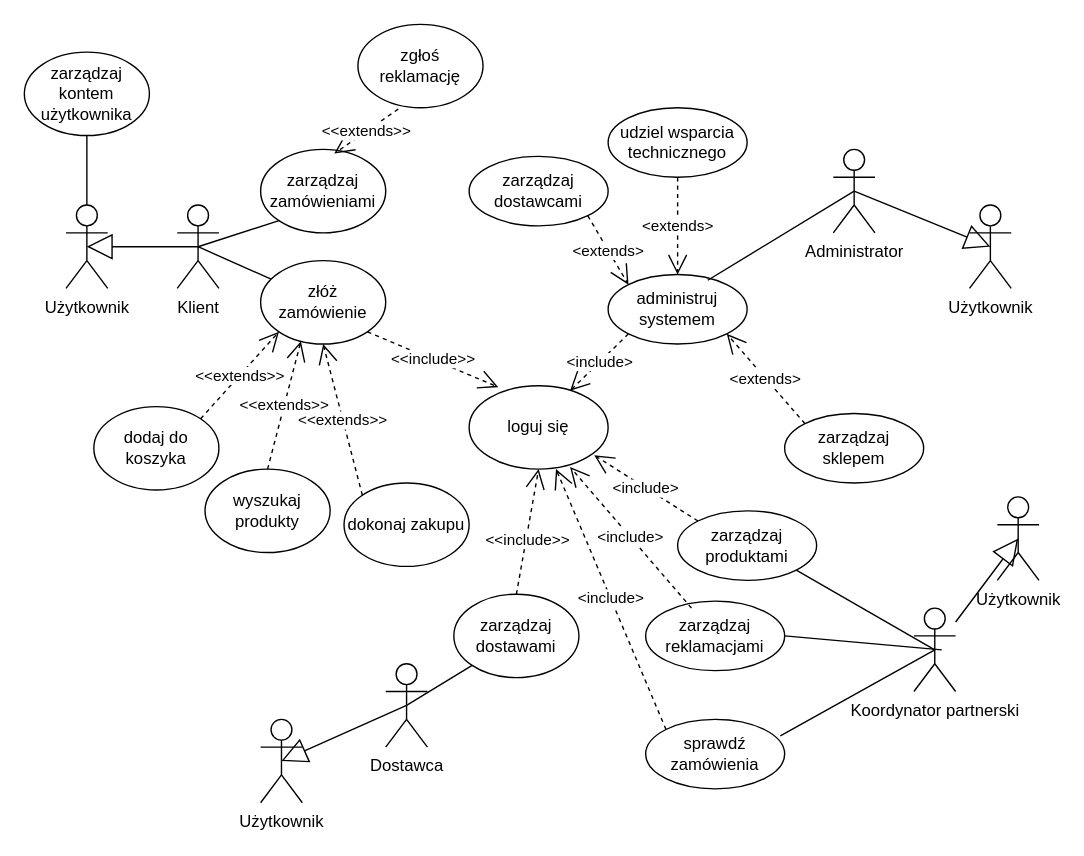
Above: DPU-przypadki/Diagram bez tytułu.drawio in Tarik-Alaiwi-dev/psi (draw.io), before the change. Source tidied: cells renumbered, new cells numbered last; positions are measured from the earlier drawing's top-left corner, leaving out a move shared by most shapes. Both pictures are drawn from the tidied source at 139%, with x=0, y=0 at pixel (24, 24).
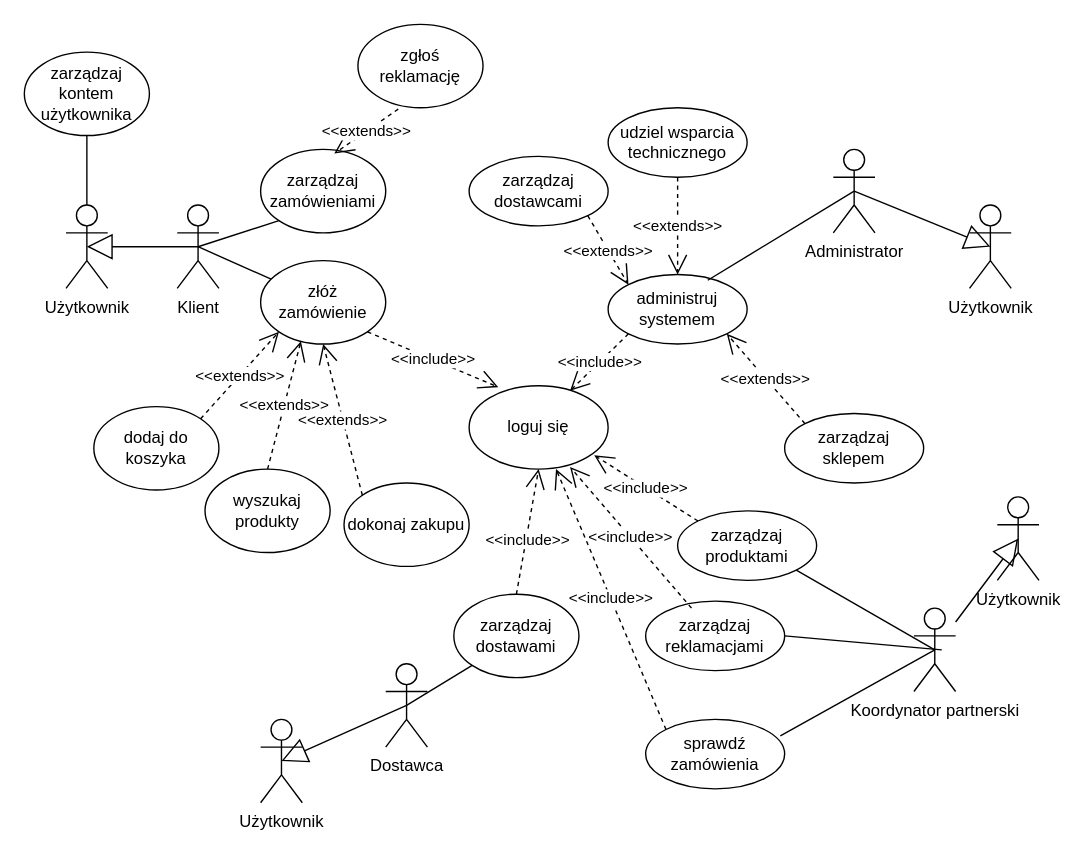
After the change.

Unchanged cells that the change refers to:
```xml
<mxCell id="2" value="loguj się" style="ellipse;whiteSpace=wrap;html=1;" parent="1" vertex="1">
  <mxGeometry x="320" y="260" width="100" height="60" as="geometry" />
</mxCell>
<mxCell id="7" value="administruj systemem" style="ellipse;whiteSpace=wrap;html=1;" parent="1" vertex="1">
  <mxGeometry x="420" y="180" width="100" height="50" as="geometry" />
</mxCell>
<mxCell id="11" value="zarządzaj sklepem" style="ellipse;whiteSpace=wrap;html=1;" parent="1" vertex="1">
  <mxGeometry x="547" y="280" width="100" height="50" as="geometry" />
</mxCell>
<mxCell id="17" value="zarządzaj dostawcami" style="ellipse;whiteSpace=wrap;html=1;" parent="1" vertex="1">
  <mxGeometry x="320" y="95" width="100" height="50" as="geometry" />
</mxCell>
<mxCell id="19" value="udziel wsparcia technicznego" style="ellipse;whiteSpace=wrap;html=1;" parent="1" vertex="1">
  <mxGeometry x="420" y="60" width="100" height="50" as="geometry" />
</mxCell>
<mxCell id="36" value="zarządzaj produktami" style="ellipse;whiteSpace=wrap;html=1;" parent="1" vertex="1">
  <mxGeometry x="470" y="350" width="100" height="50" as="geometry" />
</mxCell>
<mxCell id="43" value="zarządzaj reklamacjami" style="ellipse;whiteSpace=wrap;html=1;" parent="1" vertex="1">
  <mxGeometry x="447" y="415" width="100" height="50" as="geometry" />
</mxCell>
<mxCell id="44" value="sprawdź zamówienia" style="ellipse;whiteSpace=wrap;html=1;" parent="1" vertex="1">
  <mxGeometry x="447" y="500" width="100" height="50" as="geometry" />
</mxCell>
```

The edit, as a diff of the source:
```diff
@@
-    <mxCell id="13" value="&amp;lt;include&amp;gt;" style="endArrow=open;endSize=12;dashed=1;html=1;rounded=0;exitX=0;exitY=1;exitDx=0;exitDy=0;entryX=0.726;entryY=0.061;entryDx=0;entryDy=0;entryPerimeter=0;" parent="1" edge="1" source="7" target="2">
+    <mxCell id="13" value="&amp;lt;&amp;lt;include&amp;gt;&amp;gt;" style="endArrow=open;endSize=12;dashed=1;html=1;rounded=0;exitX=0;exitY=1;exitDx=0;exitDy=0;entryX=0.726;entryY=0.061;entryDx=0;entryDy=0;entryPerimeter=0;" parent="1" edge="1" source="7" target="2">
       <mxGeometry relative="1" as="geometry" />
     </mxCell>
@@
-    <mxCell id="15" value="&amp;lt;extends&amp;gt;" style="endArrow=open;endSize=12;dashed=1;html=1;rounded=0;strokeColor=default;align=center;verticalAlign=middle;fontFamily=Helvetica;fontSize=11;fontColor=default;labelBackgroundColor=default;entryX=1;entryY=1;entryDx=0;entryDy=0;exitX=0;exitY=0;exitDx=0;exitDy=0;" parent="1" edge="1" source="11" target="7">
+    <mxCell id="15" value="&amp;lt;&amp;lt;extends&amp;gt;&amp;gt;" style="endArrow=open;endSize=12;dashed=1;html=1;rounded=0;strokeColor=default;align=center;verticalAlign=middle;fontFamily=Helvetica;fontSize=11;fontColor=default;labelBackgroundColor=default;entryX=1;entryY=1;entryDx=0;entryDy=0;exitX=0;exitY=0;exitDx=0;exitDy=0;" parent="1" edge="1" source="11" target="7">
       <mxGeometry relative="1" as="geometry" />
     </mxCell>
@@
-    <mxCell id="28" value="&amp;lt;extends&amp;gt;" style="endArrow=open;endSize=12;dashed=1;html=1;rounded=0;strokeColor=default;align=center;verticalAlign=middle;fontFamily=Helvetica;fontSize=11;fontColor=default;labelBackgroundColor=default;exitX=1;exitY=1;exitDx=0;exitDy=0;entryX=0;entryY=0;entryDx=0;entryDy=0;" parent="1" edge="1" source="17" target="7">
+    <mxCell id="28" value="&amp;lt;&amp;lt;extends&amp;gt;&amp;gt;" style="endArrow=open;endSize=12;dashed=1;html=1;rounded=0;strokeColor=default;align=center;verticalAlign=middle;fontFamily=Helvetica;fontSize=11;fontColor=default;labelBackgroundColor=default;exitX=1;exitY=1;exitDx=0;exitDy=0;entryX=0;entryY=0;entryDx=0;entryDy=0;" parent="1" edge="1" source="17" target="7">
       <mxGeometry relative="1" as="geometry" />
     </mxCell>
@@
-    <mxCell id="30" value="&amp;lt;extends&amp;gt;" style="endArrow=open;endSize=12;dashed=1;html=1;rounded=0;strokeColor=default;align=center;verticalAlign=middle;fontFamily=Helvetica;fontSize=11;fontColor=default;labelBackgroundColor=default;exitX=0.5;exitY=1;exitDx=0;exitDy=0;entryX=0.5;entryY=0;entryDx=0;entryDy=0;" parent="1" edge="1" source="19" target="7">
+    <mxCell id="30" value="&amp;lt;&amp;lt;extends&amp;gt;&amp;gt;" style="endArrow=open;endSize=12;dashed=1;html=1;rounded=0;strokeColor=default;align=center;verticalAlign=middle;fontFamily=Helvetica;fontSize=11;fontColor=default;labelBackgroundColor=default;exitX=0.5;exitY=1;exitDx=0;exitDy=0;entryX=0.5;entryY=0;entryDx=0;entryDy=0;" parent="1" edge="1" source="19" target="7">
       <mxGeometry relative="1" as="geometry" />
     </mxCell>
@@
-    <mxCell id="47" value="&amp;lt;include&amp;gt;" style="endArrow=open;endSize=12;dashed=1;html=1;rounded=0;exitX=0;exitY=0;exitDx=0;exitDy=0;" parent="1" edge="1" source="36">
+    <mxCell id="47" value="&amp;lt;&amp;lt;include&amp;gt;&amp;gt;" style="endArrow=open;endSize=12;dashed=1;html=1;rounded=0;exitX=0;exitY=0;exitDx=0;exitDy=0;" parent="1" edge="1" source="36">
       <mxGeometry relative="1" as="geometry">
         <mxPoint x="410" y="310" as="targetPoint" />
       </mxGeometry>
     </mxCell>
-    <mxCell id="48" value="&amp;lt;include&amp;gt;" style="endArrow=open;endSize=12;dashed=1;html=1;rounded=0;entryX=0.726;entryY=0.974;entryDx=0;entryDy=0;entryPerimeter=0;exitX=0.33;exitY=0.1;exitDx=0;exitDy=0;exitPerimeter=0;" parent="1" edge="1" source="43" target="2">
+    <mxCell id="48" value="&amp;lt;&amp;lt;include&amp;gt;&amp;gt;" style="endArrow=open;endSize=12;dashed=1;html=1;rounded=0;entryX=0.726;entryY=0.974;entryDx=0;entryDy=0;entryPerimeter=0;exitX=0.33;exitY=0.1;exitDx=0;exitDy=0;exitPerimeter=0;" parent="1" edge="1" source="43" target="2">
       <mxGeometry relative="1" as="geometry" />
     </mxCell>
-    <mxCell id="49" value="&amp;lt;include&amp;gt;" style="endArrow=open;endSize=12;dashed=1;html=1;rounded=0;entryX=0.625;entryY=0.998;entryDx=0;entryDy=0;entryPerimeter=0;exitX=0;exitY=0;exitDx=0;exitDy=0;" parent="1" edge="1" source="44" target="2">
+    <mxCell id="49" value="&amp;lt;&amp;lt;include&amp;gt;&amp;gt;" style="endArrow=open;endSize=12;dashed=1;html=1;rounded=0;entryX=0.625;entryY=0.998;entryDx=0;entryDy=0;entryPerimeter=0;exitX=0;exitY=0;exitDx=0;exitDy=0;" parent="1" edge="1" source="44" target="2">
       <mxGeometry relative="1" as="geometry" />
     </mxCell>
```
